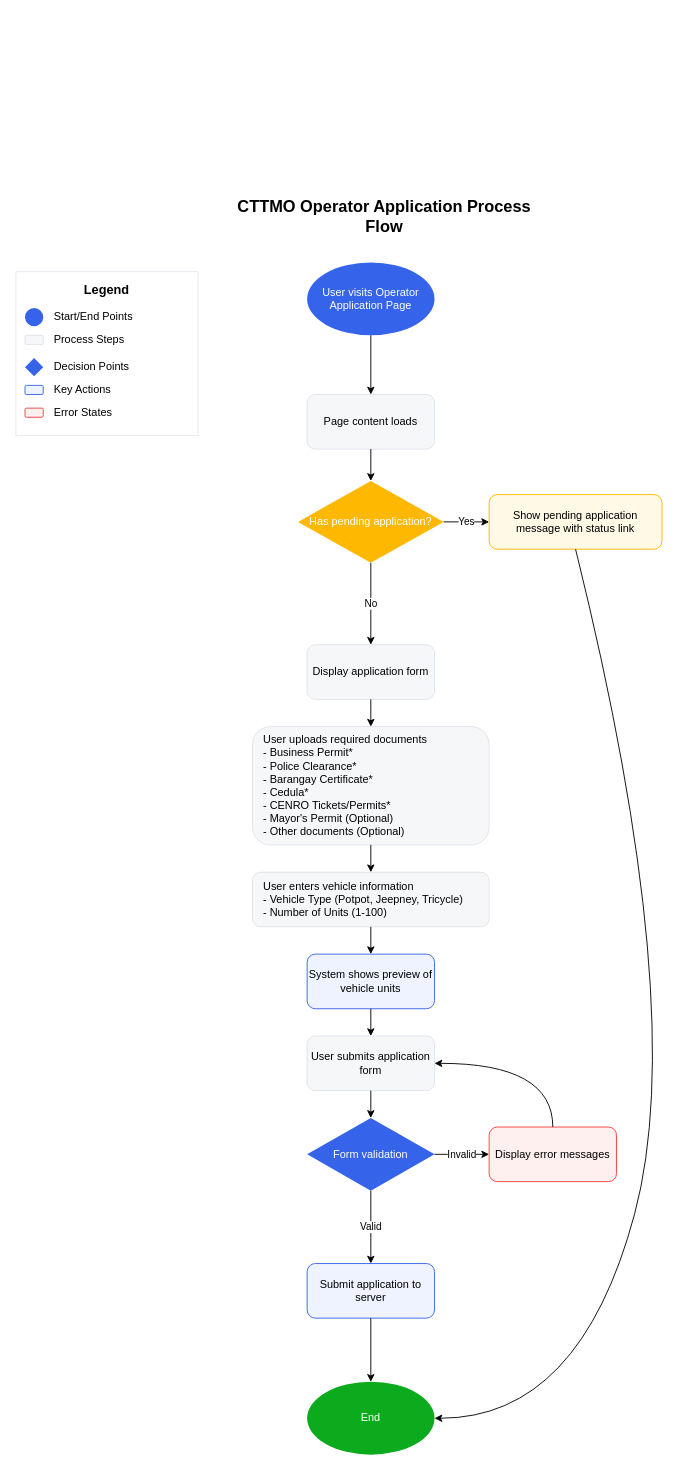
PotatoLover169/CTTMO-Traffic-violation-Management-System keeps this draw.io diagram as operator_application_flowchart.drawio. Above is the earlier version. Source tidied: cells renumbered, new cells numbered last; positions are measured from the earlier drawing's top-left corner, leaving out a move shared by most shapes. Both pictures are drawn from the tidied source at 91%, with x=0, y=0 at pixel (15, 207).
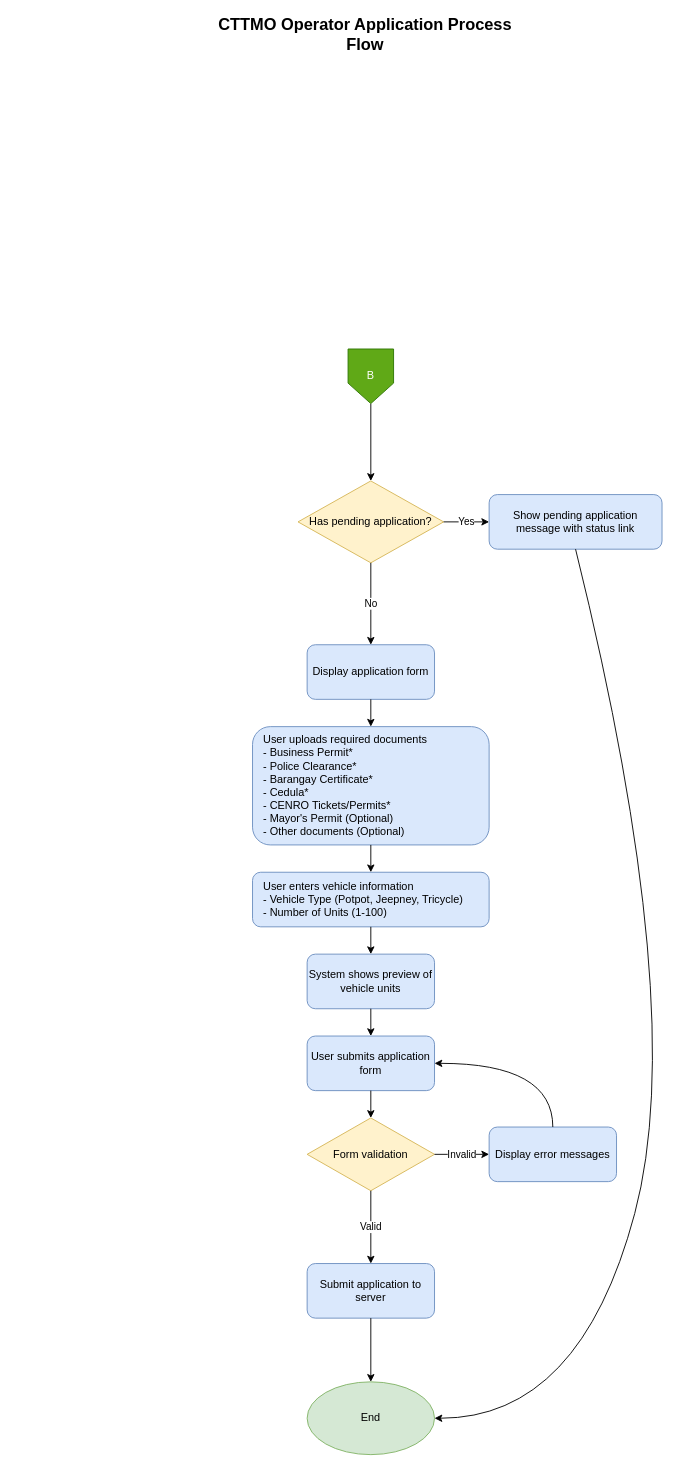
The same page after the edit.

Change to the diagram source:
```diff
@@
-    <mxCell id="2" value="User visits Operator Application Page" style="ellipse;whiteSpace=wrap;html=1;fillColor=#3563E9;fontColor=#FFFFFF;strokeColor=none;" parent="1" vertex="1">
-      <mxGeometry x="320" y="60" width="140" height="80" as="geometry" />
-    </mxCell>
-    <mxCell id="3" value="Page content loads" style="rounded=1;whiteSpace=wrap;html=1;fillColor=#F6F7F9;strokeColor=#E0E3EB;" parent="1" vertex="1">
-      <mxGeometry x="320" y="205" width="140" height="60" as="geometry" />
-    </mxCell>
-    <mxCell id="4" value="Has pending application?" style="rhombus;whiteSpace=wrap;html=1;fillColor=#FFB800;fontColor=#FFFFFF;strokeColor=none;" parent="1" vertex="1">
+    <mxCell id="4" value="Has pending application?" style="rhombus;whiteSpace=wrap;html=1;fillColor=#fff2cc;strokeColor=#d6b656;" parent="1" vertex="1">
       <mxGeometry x="310" y="300" width="160" height="90" as="geometry" />
     </mxCell>
-    <mxCell id="5" value="Show pending application message with status link" style="rounded=1;whiteSpace=wrap;html=1;fillColor=#FFF9E6;strokeColor=#FFB800;" parent="1" vertex="1">
+    <mxCell id="5" value="Show pending application message with status link" style="rounded=1;whiteSpace=wrap;html=1;fillColor=#dae8fc;strokeColor=#6c8ebf;" parent="1" vertex="1">
       <mxGeometry x="520" y="315" width="190" height="60" as="geometry" />
     </mxCell>
-    <mxCell id="6" value="Display application form" style="rounded=1;whiteSpace=wrap;html=1;fillColor=#F6F7F9;strokeColor=#E0E3EB;" parent="1" vertex="1">
+    <mxCell id="6" value="Display application form" style="rounded=1;whiteSpace=wrap;html=1;fillColor=#dae8fc;strokeColor=#6c8ebf;" parent="1" vertex="1">
       <mxGeometry x="320" y="480" width="140" height="60" as="geometry" />
     </mxCell>
-    <mxCell id="7" value="User uploads required documents&#10;- Business Permit*&#10;- Police Clearance*&#10;- Barangay Certificate*&#10;- Cedula*&#10;- CENRO Tickets/Permits*&#10;- Mayor's Permit (Optional)&#10;- Other documents (Optional)" style="rounded=1;whiteSpace=wrap;html=1;fillColor=#F6F7F9;strokeColor=#E0E3EB;align=left;spacingLeft=10;" parent="1" vertex="1">
+    <mxCell id="7" value="User uploads required documents&#10;- Business Permit*&#10;- Police Clearance*&#10;- Barangay Certificate*&#10;- Cedula*&#10;- CENRO Tickets/Permits*&#10;- Mayor's Permit (Optional)&#10;- Other documents (Optional)" style="rounded=1;whiteSpace=wrap;html=1;fillColor=#dae8fc;strokeColor=#6c8ebf;align=left;spacingLeft=10;" parent="1" vertex="1">
       <mxGeometry x="260" y="570" width="260" height="130" as="geometry" />
     </mxCell>
-    <mxCell id="8" value="User enters vehicle information&#10;- Vehicle Type (Potpot, Jeepney, Tricycle)&#10;- Number of Units (1-100)" style="rounded=1;whiteSpace=wrap;html=1;fillColor=#F6F7F9;strokeColor=#E0E3EB;align=left;spacingLeft=10;" parent="1" vertex="1">
+    <mxCell id="8" value="User enters vehicle information&#10;- Vehicle Type (Potpot, Jeepney, Tricycle)&#10;- Number of Units (1-100)" style="rounded=1;whiteSpace=wrap;html=1;fillColor=#dae8fc;strokeColor=#6c8ebf;align=left;spacingLeft=10;" parent="1" vertex="1">
       <mxGeometry x="260" y="730" width="260" height="60" as="geometry" />
     </mxCell>
-    <mxCell id="9" value="System shows preview of vehicle units" style="rounded=1;whiteSpace=wrap;html=1;fillColor=#EEF3FF;strokeColor=#3563E9;" parent="1" vertex="1">
+    <mxCell id="9" value="System shows preview of vehicle units" style="rounded=1;whiteSpace=wrap;html=1;fillColor=#dae8fc;strokeColor=#6c8ebf;" parent="1" vertex="1">
       <mxGeometry x="320" y="820" width="140" height="60" as="geometry" />
     </mxCell>
-    <mxCell id="10" value="User submits application form" style="rounded=1;whiteSpace=wrap;html=1;fillColor=#F6F7F9;strokeColor=#E0E3EB;" parent="1" vertex="1">
+    <mxCell id="10" value="User submits application form" style="rounded=1;whiteSpace=wrap;html=1;fillColor=#dae8fc;strokeColor=#6c8ebf;" parent="1" vertex="1">
       <mxGeometry x="320" y="910" width="140" height="60" as="geometry" />
     </mxCell>
-    <mxCell id="11" value="Form validation" style="rhombus;whiteSpace=wrap;html=1;fillColor=#3563E9;fontColor=#FFFFFF;strokeColor=none;" parent="1" vertex="1">
+    <mxCell id="11" value="Form validation" style="rhombus;whiteSpace=wrap;html=1;fillColor=#fff2cc;strokeColor=#d6b656;" parent="1" vertex="1">
       <mxGeometry x="320" y="1000" width="140" height="80" as="geometry" />
     </mxCell>
-    <mxCell id="12" value="Display error messages" style="rounded=1;whiteSpace=wrap;html=1;fillColor=#FFF0F0;strokeColor=#F53D3D;" parent="1" vertex="1">
+    <mxCell id="12" value="Display error messages" style="rounded=1;whiteSpace=wrap;html=1;fillColor=#dae8fc;strokeColor=#6c8ebf;" parent="1" vertex="1">
       <mxGeometry x="520" y="1010" width="140" height="60" as="geometry" />
     </mxCell>
-    <mxCell id="13" value="Submit application to server" style="rounded=1;whiteSpace=wrap;html=1;fillColor=#EEF3FF;strokeColor=#3563E9;" parent="1" vertex="1">
+    <mxCell id="13" value="Submit application to server" style="rounded=1;whiteSpace=wrap;html=1;fillColor=#dae8fc;strokeColor=#6c8ebf;" parent="1" vertex="1">
       <mxGeometry x="320" y="1160" width="140" height="60" as="geometry" />
     </mxCell>
-    <mxCell id="14" value="End" style="ellipse;whiteSpace=wrap;html=1;fillColor=#0CAA1D;fontColor=#FFFFFF;strokeColor=none;" parent="1" vertex="1">
+    <mxCell id="14" value="End" style="ellipse;whiteSpace=wrap;html=1;fillColor=#d5e8d4;strokeColor=#82b366;" parent="1" vertex="1">
       <mxGeometry x="320" y="1290" width="140" height="80" as="geometry" />
     </mxCell>
-    <mxCell id="15" style="endArrow=classic;html=1;exitX=0.5;exitY=1;exitDx=0;exitDy=0;" parent="1" edge="1" source="2" target="3">
+    <mxCell id="15" style="endArrow=classic;html=1;entryX=0.5;entryY=0;entryDx=0;entryDy=0;" parent="1" edge="1" source="42" target="4">
       <mxGeometry relative="1" as="geometry" />
     </mxCell>
-    <mxCell id="16" style="endArrow=classic;html=1;exitX=0.5;exitY=1;exitDx=0;exitDy=0;entryX=0.5;entryY=0;entryDx=0;entryDy=0;" parent="1" edge="1" source="3" target="4">
-      <mxGeometry relative="1" as="geometry" />
-    </mxCell>
@@
     <mxCell id="29" value="CTTMO Operator Application Process Flow" style="text;html=1;strokeColor=none;fillColor=none;align=center;verticalAlign=middle;whiteSpace=wrap;rounded=0;fontSize=18;fontStyle=1;" parent="1" vertex="1">
-      <mxGeometry x="230" width="350" height="20" as="geometry" />
+      <mxGeometry x="209" y="-200" width="350" height="20" as="geometry" />
     </mxCell>
-    <mxCell id="30" style="rounded=0;whiteSpace=wrap;html=1;fillColor=#FFFFFF;strokeColor=#E0E3EB;opacity=80;" parent="1" vertex="1">
-      <mxGeometry y="70" width="200" height="180" as="geometry" />
-    </mxCell>
-    <mxCell id="31" value="Legend" style="text;html=1;strokeColor=none;fillColor=none;align=center;verticalAlign=middle;whiteSpace=wrap;rounded=0;fontSize=14;fontStyle=1;" parent="1" vertex="1">
-      <mxGeometry y="80" width="200" height="20" as="geometry" />
-    </mxCell>
-    <mxCell id="32" style="ellipse;whiteSpace=wrap;html=1;fillColor=#3563E9;fontColor=#FFFFFF;strokeColor=none;" parent="1" vertex="1">
-      <mxGeometry x="10" y="110" width="20" height="20" as="geometry" />
-    </mxCell>
-    <mxCell id="33" value="Start/End Points" style="text;html=1;strokeColor=none;fillColor=none;align=left;verticalAlign=middle;whiteSpace=wrap;rounded=0;" parent="1" vertex="1">
-      <mxGeometry x="40" y="110" width="150" height="20" as="geometry" />
-    </mxCell>
-    <mxCell id="34" style="rounded=1;whiteSpace=wrap;html=1;fillColor=#F6F7F9;strokeColor=#E0E3EB;" parent="1" vertex="1">
-      <mxGeometry x="10" y="140" width="20" height="10" as="geometry" />
-    </mxCell>
-    <mxCell id="35" value="Process Steps" style="text;html=1;strokeColor=none;fillColor=none;align=left;verticalAlign=middle;whiteSpace=wrap;rounded=0;" parent="1" vertex="1">
-      <mxGeometry x="40" y="135" width="150" height="20" as="geometry" />
-    </mxCell>
-    <mxCell id="36" style="rhombus;whiteSpace=wrap;html=1;fillColor=#3563E9;fontColor=#FFFFFF;strokeColor=none;" parent="1" vertex="1">
-      <mxGeometry x="10" y="165" width="20" height="20" as="geometry" />
-    </mxCell>
-    <mxCell id="37" value="Decision Points" style="text;html=1;strokeColor=none;fillColor=none;align=left;verticalAlign=middle;whiteSpace=wrap;rounded=0;" parent="1" vertex="1">
-      <mxGeometry x="40" y="165" width="150" height="20" as="geometry" />
-    </mxCell>
-    <mxCell id="38" style="rounded=1;whiteSpace=wrap;html=1;fillColor=#EEF3FF;strokeColor=#3563E9;" parent="1" vertex="1">
-      <mxGeometry x="10" y="195" width="20" height="10" as="geometry" />
-    </mxCell>
-    <mxCell id="39" value="Key Actions" style="text;html=1;strokeColor=none;fillColor=none;align=left;verticalAlign=middle;whiteSpace=wrap;rounded=0;" parent="1" vertex="1">
-      <mxGeometry x="40" y="190" width="150" height="20" as="geometry" />
-    </mxCell>
-    <mxCell id="40" style="rounded=1;whiteSpace=wrap;html=1;fillColor=#FFF0F0;strokeColor=#F53D3D;" parent="1" vertex="1">
-      <mxGeometry x="10" y="220" width="20" height="10" as="geometry" />
-    </mxCell>
-    <mxCell id="41" value="Error States" style="text;html=1;strokeColor=none;fillColor=none;align=left;verticalAlign=middle;whiteSpace=wrap;rounded=0;" parent="1" vertex="1">
-      <mxGeometry x="40" y="215" width="150" height="20" as="geometry" />
-    </mxCell>
+    <mxCell id="42" value="B" style="shape=offPageConnector;whiteSpace=wrap;html=1;fillColor=#60a917;strokeColor=#2D7600;fontColor=#ffffff;" parent="1" vertex="1">
+      <mxGeometry x="365" y="155" width="50" height="60" as="geometry" />
+    </mxCell>
```
